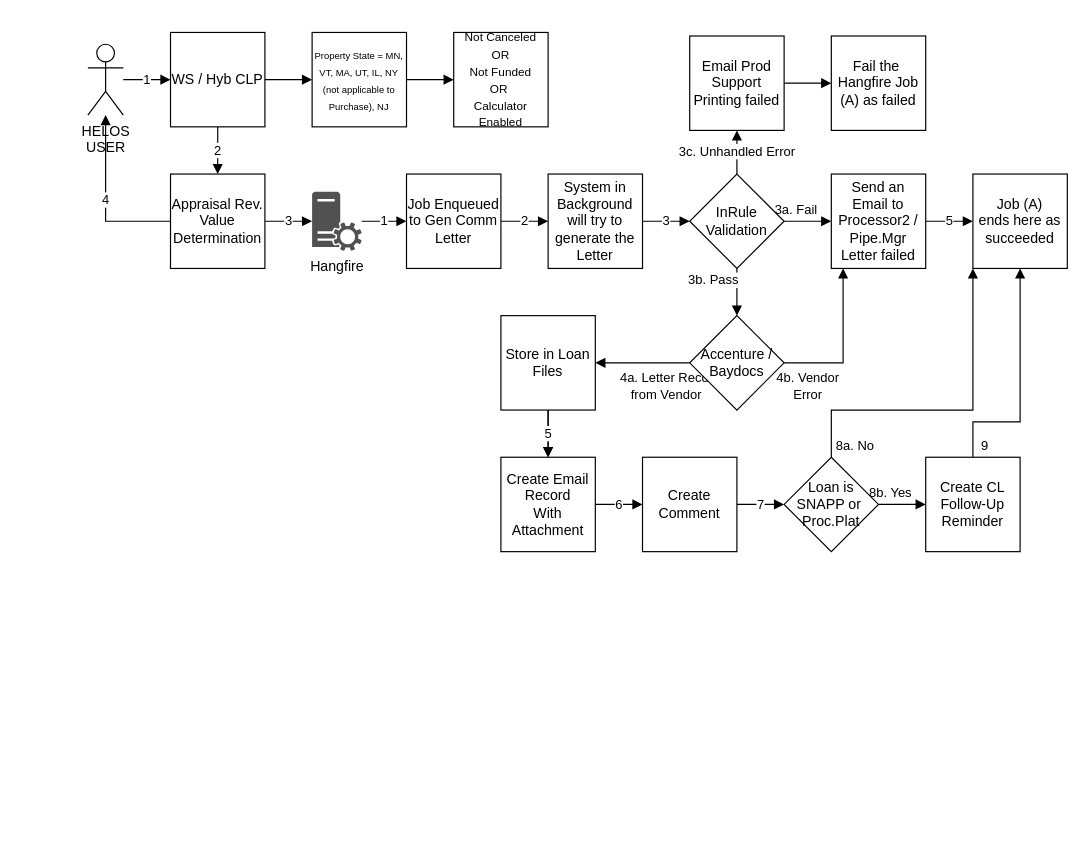
This is page "WS/CLP" (4 of 6) of Untitled Diagram.drawio from lhesnadeemshaikh/los, a draw.io file, before an edit. Source tidied: cells renumbered, new cells numbered last; positions are measured from the earlier drawing's top-left corner, leaving out a move shared by most shapes. Both pictures are drawn from the tidied source at 118%, with x=0, y=0 at pixel (87, 32).
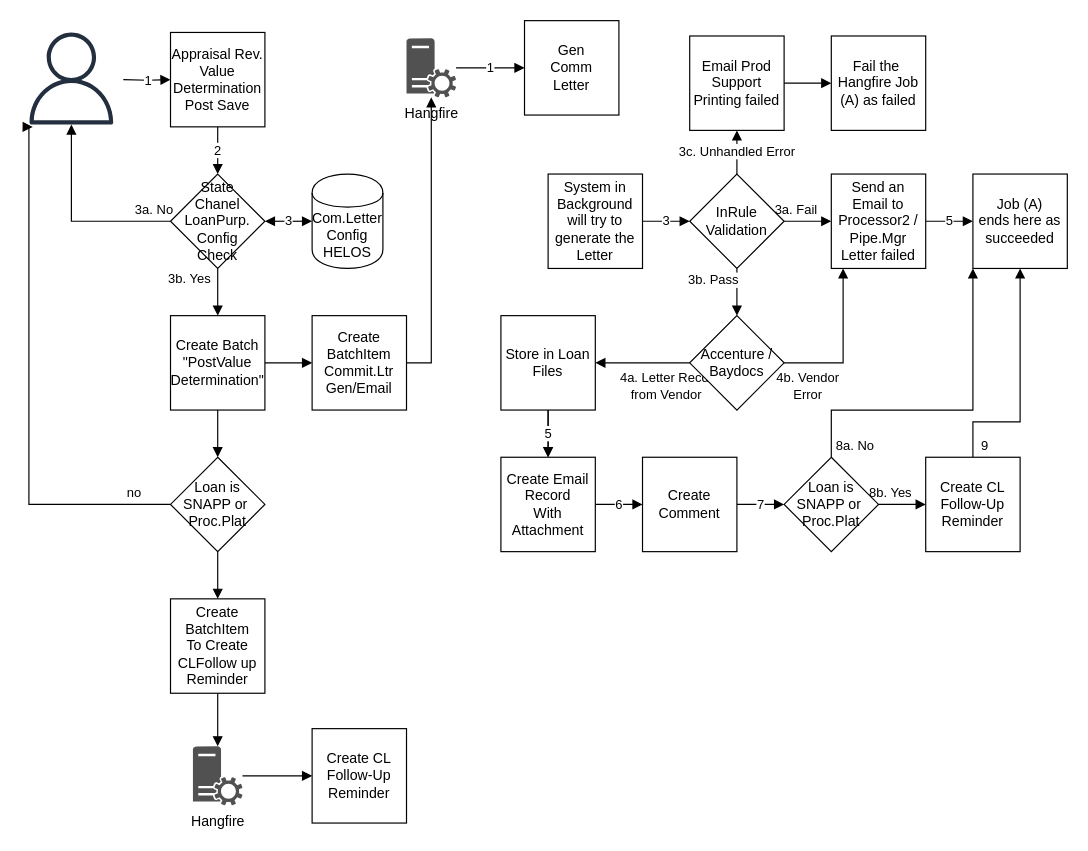
The same diagram, later.

The change refers to these unchanged cells:
```xml
<mxCell id="18" value="System in Background will try to generate the Letter" style="whiteSpace=wrap;html=1;" parent="1" vertex="1">
  <mxGeometry x="390" y="120" width="80" height="80" as="geometry" />
</mxCell>
```

The edit, as a diff of the source:
```diff
@@
-    <mxCell id="2" style="edgeStyle=orthogonalEdgeStyle;rounded=0;jettySize=auto;html=1;entryX=0;entryY=0.5;entryDx=0;entryDy=0;startArrow=none;startFill=0;endArrow=block;endFill=1;" parent="1" edge="1" source="4" target="8">
-      <mxGeometry relative="1" as="geometry" />
-    </mxCell>
+    <mxCell id="5" value="1" style="edgeStyle=orthogonalEdgeStyle;rounded=0;orthogonalLoop=1;jettySize=auto;html=1;entryX=0;entryY=0.5;entryDx=0;entryDy=0;startArrow=none;startFill=0;endArrow=block;endFill=1;" parent="1" edge="1">
+      <mxGeometry relative="1" as="geometry">
+        <mxPoint x="30" y="40" as="sourcePoint" />
+        <mxPoint x="70" y="40" as="targetPoint" />
+      </mxGeometry>
+    </mxCell>
-    <mxCell id="3" value="2" style="edgeStyle=orthogonalEdgeStyle;rounded=0;jettySize=auto;html=1;entryX=0.5;entryY=0;entryDx=0;entryDy=0;startArrow=none;startFill=0;endArrow=block;endFill=1;" parent="1" edge="1" source="4" target="12">
+    <mxCell id="3" value="2" style="edgeStyle=orthogonalEdgeStyle;rounded=0;jettySize=auto;html=1;entryX=0.5;entryY=0;entryDx=0;entryDy=0;startArrow=none;startFill=0;endArrow=block;endFill=1;" parent="1" edge="1" source="12" target="57">
       <mxGeometry relative="1" as="geometry" />
     </mxCell>
-    <mxCell id="4" value="WS / Hyb CLP" style="whiteSpace=wrap;html=1;" parent="1" vertex="1">
-      <mxGeometry x="70" width="80" height="80" as="geometry" />
-    </mxCell>
-    <mxCell id="5" value="1" style="edgeStyle=orthogonalEdgeStyle;rounded=0;jettySize=auto;html=1;entryX=0;entryY=0.5;entryDx=0;entryDy=0;startArrow=none;startFill=0;endArrow=block;endFill=1;" parent="1" edge="1" source="6" target="4">
-      <mxGeometry relative="1" as="geometry" />
-    </mxCell>
-    <mxCell id="6" value="HELOS &lt;br&gt;USER" style="shape=umlActor;verticalLabelPosition=bottom;verticalAlign=top;html=1;outlineConnect=0;" parent="1" vertex="1">
-      <mxGeometry y="10" width="30" height="60" as="geometry" />
-    </mxCell>
-    <mxCell id="7" style="edgeStyle=orthogonalEdgeStyle;rounded=0;jettySize=auto;html=1;entryX=0;entryY=0.5;entryDx=0;entryDy=0;startArrow=none;startFill=0;endArrow=block;endFill=1;" parent="1" edge="1" source="8" target="9">
-      <mxGeometry relative="1" as="geometry" />
-    </mxCell>
-    <mxCell id="8" value="&lt;font style=&quot;font-size: 8px&quot;&gt;Property State = MN, VT, MA, UT, IL, NY (not applicable to Purchase), NJ&lt;/font&gt;" style="whiteSpace=wrap;html=1;" parent="1" vertex="1">
-      <mxGeometry x="190" width="80" height="80" as="geometry" />
-    </mxCell>
-    <mxCell id="9" value="&lt;span style=&quot;font-size: 10px&quot;&gt;Not Canceled OR&lt;br&gt;Not Funded&lt;br&gt;OR&amp;nbsp;&lt;br&gt;Calculator Enabled&lt;br&gt;&lt;/span&gt;" style="whiteSpace=wrap;html=1;" parent="1" vertex="1">
-      <mxGeometry x="310" width="80" height="80" as="geometry" />
-    </mxCell>
-    <mxCell id="10" value="3" style="edgeStyle=orthogonalEdgeStyle;rounded=0;jettySize=auto;html=1;entryX=0;entryY=0.5;entryDx=0;entryDy=0;entryPerimeter=0;startArrow=none;startFill=0;endArrow=block;endFill=1;" parent="1" edge="1" source="12" target="16">
-      <mxGeometry relative="1" as="geometry" />
-    </mxCell>
-    <mxCell id="11" value="4" style="edgeStyle=orthogonalEdgeStyle;rounded=0;jettySize=auto;html=1;startArrow=none;startFill=0;endArrow=block;endFill=1;" parent="1" edge="1" source="12" target="6">
-      <mxGeometry relative="1" as="geometry" />
-    </mxCell>
-    <mxCell id="12" value="Appraisal Rev.&lt;br&gt;Value Determination" style="whiteSpace=wrap;html=1;" parent="1" vertex="1">
-      <mxGeometry x="70" y="120" width="80" height="80" as="geometry" />
+    <mxCell id="12" value="Appraisal Rev.&lt;br&gt;Value Determination&lt;br&gt;Post Save" style="whiteSpace=wrap;html=1;" parent="1" vertex="1">
+      <mxGeometry x="70" width="80" height="80" as="geometry" />
     </mxCell>
-    <mxCell id="13" value="2" style="edgeStyle=orthogonalEdgeStyle;rounded=0;jettySize=auto;html=1;startArrow=none;startFill=0;endArrow=block;endFill=1;" parent="1" edge="1" source="14" target="18">
-      <mxGeometry relative="1" as="geometry" />
-    </mxCell>
-    <mxCell id="14" value="Job Enqueued to Gen Comm Letter" style="whiteSpace=wrap;html=1;" parent="1" vertex="1">
-      <mxGeometry x="270" y="120" width="80" height="80" as="geometry" />
+    <mxCell id="14" value="Gen&lt;br&gt;Comm&lt;br&gt;Letter" style="whiteSpace=wrap;html=1;" parent="1" vertex="1">
+      <mxGeometry x="370" y="-10" width="80" height="80" as="geometry" />
     </mxCell>
@@
     <mxCell id="16" value="Hangfire" style="shadow=0;dashed=0;html=1;strokeColor=none;labelPosition=center;verticalLabelPosition=bottom;verticalAlign=top;align=center;fillColor=#515151;shape=mxgraph.mscae.system_center.roles;" parent="1" vertex="1">
-      <mxGeometry x="190" y="135" width="42" height="50" as="geometry" />
+      <mxGeometry x="270" y="5" width="42" height="50" as="geometry" />
     </mxCell>
@@
+    <mxCell id="44" style="edgeStyle=orthogonalEdgeStyle;rounded=0;jettySize=auto;html=1;entryX=0.5;entryY=0;entryDx=0;entryDy=0;startArrow=none;startFill=0;endArrow=block;endFill=1;" parent="1" edge="1" source="46" target="51">
+      <mxGeometry relative="1" as="geometry" />
+    </mxCell>
+    <mxCell id="45" style="edgeStyle=orthogonalEdgeStyle;rounded=0;jettySize=auto;html=1;entryX=0;entryY=0.5;entryDx=0;entryDy=0;startArrow=none;startFill=0;endArrow=block;endFill=1;" parent="1" edge="1" source="46" target="59">
+      <mxGeometry relative="1" as="geometry" />
+    </mxCell>
+    <mxCell id="46" value="Create Batch&lt;br&gt;&quot;PostValue&lt;br&gt;Determination&quot;" style="whiteSpace=wrap;html=1;" parent="1" vertex="1">
+      <mxGeometry x="70" y="240" width="80" height="80" as="geometry" />
+    </mxCell>
+    <mxCell id="47" value="Com.Letter&lt;br&gt;Config&lt;br&gt;HELOS" style="shape=cylinder;whiteSpace=wrap;html=1;boundedLbl=1;backgroundOutline=1;" parent="1" vertex="1">
+      <mxGeometry x="190" y="120" width="60" height="80" as="geometry" />
+    </mxCell>
+    <mxCell id="48" value="Create CL Follow-Up Reminder" style="whiteSpace=wrap;html=1;" parent="1" vertex="1">
+      <mxGeometry x="190" y="590" width="80" height="80" as="geometry" />
+    </mxCell>
+    <mxCell id="49" value="no" style="edgeStyle=orthogonalEdgeStyle;rounded=0;jettySize=auto;html=1;startArrow=none;startFill=0;endArrow=block;endFill=1;entryX=0.038;entryY=1.026;entryDx=0;entryDy=0;entryPerimeter=0;exitX=0;exitY=0.5;exitDx=0;exitDy=0;" parent="1" edge="1" source="51" target="54">
+      <mxGeometry x="-0.86" y="-10" relative="1" as="geometry">
+        <Array as="points">
+          <mxPoint x="-50" y="400" />
+        </Array>
+      </mxGeometry>
+    </mxCell>
+    <mxCell id="50" style="edgeStyle=orthogonalEdgeStyle;rounded=0;jettySize=auto;html=1;entryX=0.5;entryY=0;entryDx=0;entryDy=0;startArrow=none;startFill=0;endArrow=block;endFill=1;" parent="1" edge="1" source="51" target="61">
+      <mxGeometry relative="1" as="geometry" />
+    </mxCell>
+    <mxCell id="51" value="Loan is SNAPP or&amp;nbsp;&lt;br&gt;Proc.Plat" style="rhombus;whiteSpace=wrap;html=1;" parent="1" vertex="1">
+      <mxGeometry x="70" y="360" width="80" height="80" as="geometry" />
+    </mxCell>
+    <mxCell id="52" style="edgeStyle=orthogonalEdgeStyle;rounded=0;jettySize=auto;html=1;startArrow=none;startFill=0;endArrow=block;endFill=1;" parent="1" edge="1" source="53" target="48">
+      <mxGeometry relative="1" as="geometry" />
+    </mxCell>
+    <mxCell id="53" value="Hangfire" style="shadow=0;dashed=0;html=1;strokeColor=none;labelPosition=center;verticalLabelPosition=bottom;verticalAlign=top;align=center;fillColor=#515151;shape=mxgraph.mscae.system_center.roles;" parent="1" vertex="1">
+      <mxGeometry x="89" y="605" width="42" height="50" as="geometry" />
+    </mxCell>
+    <mxCell id="54" style="outlineConnect=0;fontColor=#232F3E;gradientColor=none;fillColor=#232F3E;strokeColor=none;dashed=0;verticalLabelPosition=bottom;verticalAlign=top;align=center;html=1;fontSize=12;fontStyle=0;shape=mxgraph.aws4.user;" parent="1" vertex="1">
+      <mxGeometry x="-53" width="78" height="78" as="geometry" />
+    </mxCell>
+    <mxCell id="55" value="3b. Yes" style="edgeStyle=orthogonalEdgeStyle;rounded=0;jettySize=auto;html=1;entryX=0.5;entryY=0;entryDx=0;entryDy=0;startArrow=none;startFill=0;endArrow=block;endFill=1;" parent="1" edge="1" source="57" target="46">
+      <mxGeometry x="-0.5" y="-24" relative="1" as="geometry">
+        <mxPoint y="-1" as="offset" />
+      </mxGeometry>
+    </mxCell>
+    <mxCell id="56" value="3a. No" style="edgeStyle=orthogonalEdgeStyle;rounded=0;jettySize=auto;html=1;startArrow=none;startFill=0;endArrow=block;endFill=1;" parent="1" edge="1" source="57" target="54">
+      <mxGeometry x="-0.83" y="-10" relative="1" as="geometry" />
+    </mxCell>
+    <mxCell id="10" value="3" style="edgeStyle=orthogonalEdgeStyle;rounded=0;jettySize=auto;html=1;entryX=0;entryY=0.5;entryDx=0;entryDy=0;startArrow=block;startFill=1;endArrow=block;endFill=1;" parent="1" edge="1" source="57" target="47">
+      <mxGeometry relative="1" as="geometry" />
+    </mxCell>
+    <mxCell id="57" value="State &lt;br&gt;Chanel LoanPurp.&lt;br&gt;Config&lt;br&gt;Check" style="rhombus;whiteSpace=wrap;html=1;" parent="1" vertex="1">
+      <mxGeometry x="70" y="120" width="80" height="80" as="geometry" />
+    </mxCell>
+    <mxCell id="58" style="edgeStyle=orthogonalEdgeStyle;rounded=0;jettySize=auto;html=1;startArrow=none;startFill=0;endArrow=block;endFill=1;" parent="1" edge="1" source="59" target="16">
+      <mxGeometry relative="1" as="geometry">
+        <Array as="points">
+          <mxPoint x="291" y="280" />
+        </Array>
+      </mxGeometry>
+    </mxCell>
+    <mxCell id="59" value="Create BatchItem&lt;br&gt;Commit.Ltr&lt;br&gt;Gen/Email" style="whiteSpace=wrap;html=1;" parent="1" vertex="1">
+      <mxGeometry x="190" y="240" width="80" height="80" as="geometry" />
+    </mxCell>
+    <mxCell id="60" style="edgeStyle=orthogonalEdgeStyle;rounded=0;jettySize=auto;html=1;entryX=0.5;entryY=0;entryDx=0;entryDy=0;entryPerimeter=0;startArrow=none;startFill=0;endArrow=block;endFill=1;" parent="1" edge="1" source="61" target="53">
+      <mxGeometry relative="1" as="geometry" />
+    </mxCell>
+    <mxCell id="61" value="Create BatchItem&lt;br&gt;To Create&lt;br&gt;CLFollow up Reminder" style="whiteSpace=wrap;html=1;" parent="1" vertex="1">
+      <mxGeometry x="70" y="480" width="80" height="80" as="geometry" />
+    </mxCell>
```
